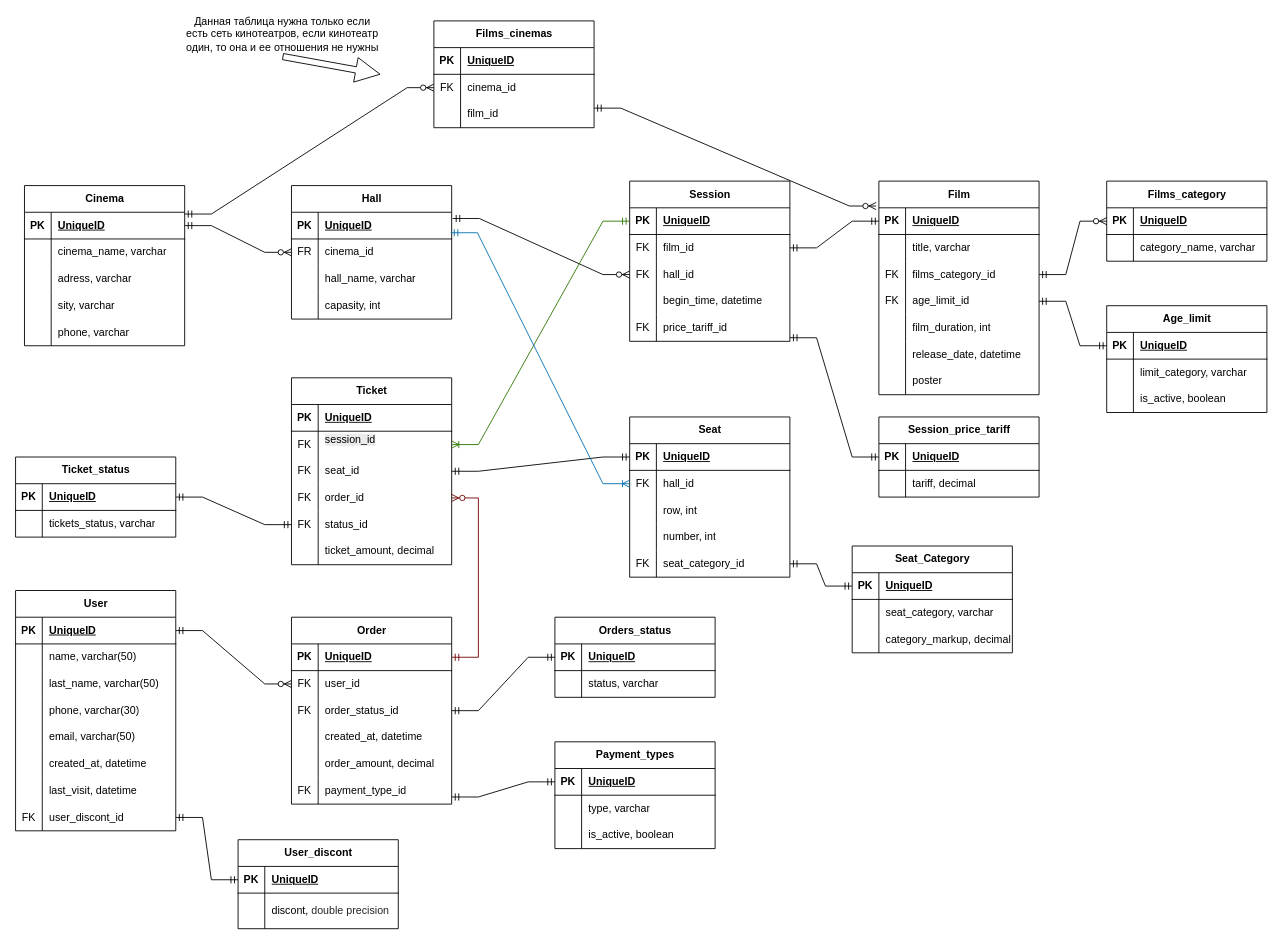
Above: cinema.drawio in larisa-mama/tests (draw.io), before the change. Source tidied: cells renumbered, new cells numbered last; positions are measured from the earlier drawing's top-left corner, leaving out a move shared by most shapes. Both pictures are drawn from the tidied source at 89%, with x=0, y=0 at pixel (15, 20).
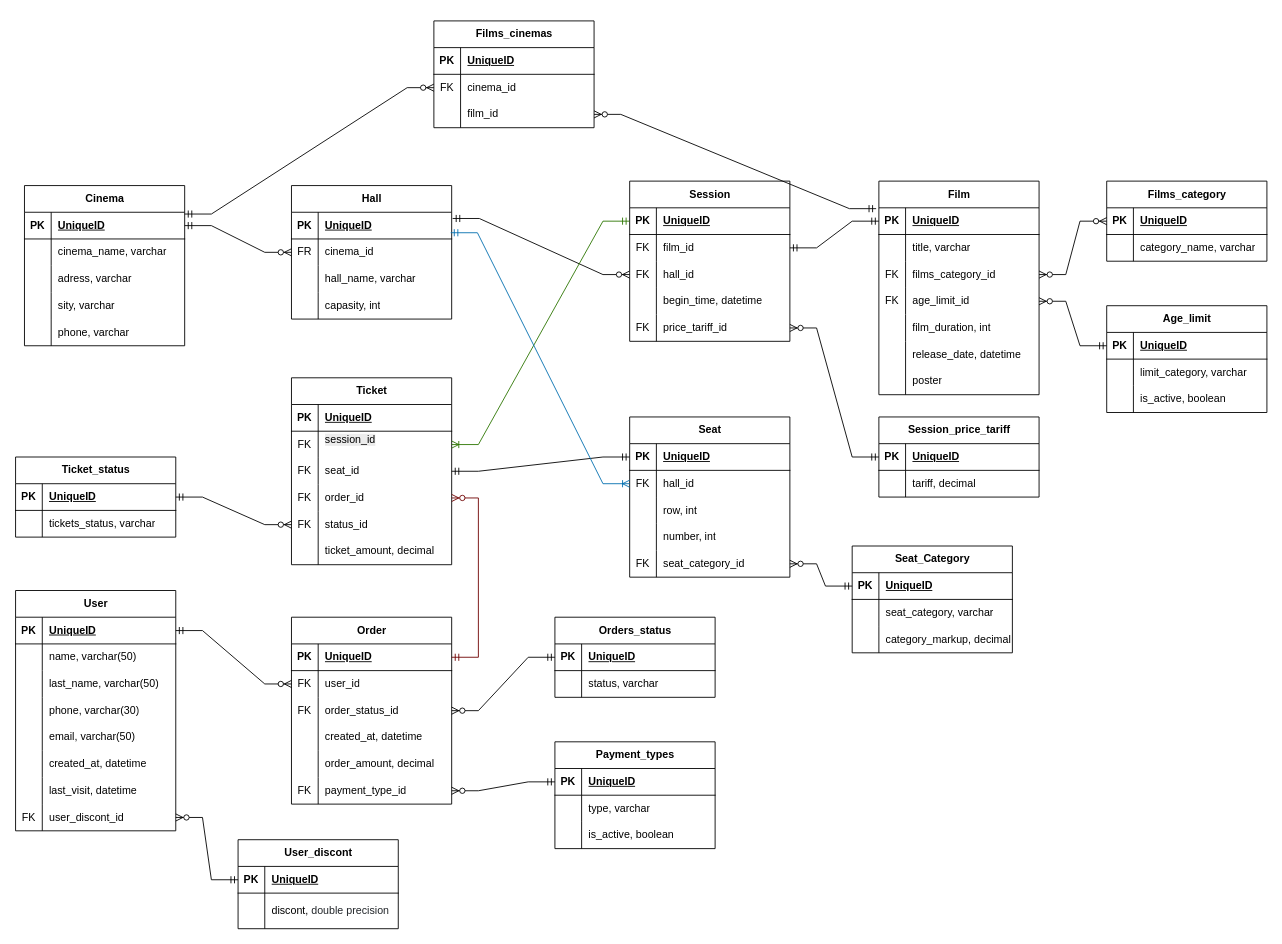
Above is the later version.

The change refers to these unchanged cells:
```xml
<mxCell id="24" style="shape=tableRow;horizontal=0;startSize=0;swimlaneHead=0;swimlaneBody=0;fillColor=none;points=[[0,0.5],[1,0.5]];portConstraint=eastwest;top=0;left=0;right=0;bottom=0;" parent="2" vertex="1">
  <mxGeometry y="240" width="180" height="30" as="geometry" />
</mxCell>
<mxCell id="27" value="Film" style="shape=table;startSize=30;childLayout=tableLayout;rowLines=0;fontStyle=1;align=center;html=1;" parent="1" vertex="1">
  <mxGeometry x="970" y="180" width="180" height="240" as="geometry" />
</mxCell>
<mxCell id="28" style="shape=tableRow;horizontal=0;startSize=0;swimlaneHead=0;swimlaneBody=0;fillColor=none;points=[[0,0.5],[1,0.5]];portConstraint=eastwest;top=0;left=0;right=0;bottom=1;" parent="27" vertex="1">
  <mxGeometry y="30" width="180" height="30" as="geometry" />
</mxCell>
<mxCell id="34" style="shape=tableRow;horizontal=0;startSize=0;swimlaneHead=0;swimlaneBody=0;fillColor=none;points=[[0,0.5],[1,0.5]];portConstraint=eastwest;top=0;left=0;right=0;bottom=0;" parent="27" vertex="1">
  <mxGeometry y="90" width="180" height="30" as="geometry" />
</mxCell>
<mxCell id="37" style="shape=tableRow;horizontal=0;startSize=0;swimlaneHead=0;swimlaneBody=0;fillColor=none;points=[[0,0.5],[1,0.5]];portConstraint=eastwest;top=0;left=0;right=0;bottom=0;" parent="27" vertex="1">
  <mxGeometry y="120" width="180" height="30" as="geometry" />
</mxCell>
<mxCell id="50" style="shape=tableRow;horizontal=0;startSize=0;swimlaneHead=0;swimlaneBody=0;fillColor=none;points=[[0,0.5],[1,0.5]];portConstraint=eastwest;top=0;left=0;right=0;bottom=1;" parent="49" vertex="1">
  <mxGeometry y="30" width="180" height="30" as="geometry" />
</mxCell>
<mxCell id="61" style="shape=tableRow;horizontal=0;startSize=0;swimlaneHead=0;swimlaneBody=0;fillColor=none;points=[[0,0.5],[1,0.5]];portConstraint=eastwest;top=0;left=0;right=0;bottom=1;" parent="60" vertex="1">
  <mxGeometry y="30" width="180" height="30" as="geometry" />
</mxCell>
<mxCell id="111" style="shape=tableRow;horizontal=0;startSize=0;swimlaneHead=0;swimlaneBody=0;fillColor=none;points=[[0,0.5],[1,0.5]];portConstraint=eastwest;top=0;left=0;right=0;bottom=0;" parent="98" vertex="1">
  <mxGeometry y="150" width="180" height="30" as="geometry" />
</mxCell>
<mxCell id="115" style="shape=tableRow;horizontal=0;startSize=0;swimlaneHead=0;swimlaneBody=0;fillColor=none;points=[[0,0.5],[1,0.5]];portConstraint=eastwest;top=0;left=0;right=0;bottom=1;" parent="114" vertex="1">
  <mxGeometry y="30" width="180" height="30" as="geometry" />
</mxCell>
<mxCell id="138" style="shape=tableRow;horizontal=0;startSize=0;swimlaneHead=0;swimlaneBody=0;fillColor=none;points=[[0,0.5],[1,0.5]];portConstraint=eastwest;top=0;left=0;right=0;bottom=0;" parent="125" vertex="1">
  <mxGeometry y="150" width="180" height="30" as="geometry" />
</mxCell>
<mxCell id="149" style="shape=tableRow;horizontal=0;startSize=0;swimlaneHead=0;swimlaneBody=0;fillColor=none;points=[[0,0.5],[1,0.5]];portConstraint=eastwest;top=0;left=0;right=0;bottom=0;" parent="142" vertex="1">
  <mxGeometry y="90" width="180" height="30" as="geometry" />
</mxCell>
<mxCell id="158" style="shape=tableRow;horizontal=0;startSize=0;swimlaneHead=0;swimlaneBody=0;fillColor=none;points=[[0,0.5],[1,0.5]];portConstraint=eastwest;top=0;left=0;right=0;bottom=0;" parent="142" vertex="1">
  <mxGeometry y="180" width="180" height="30" as="geometry" />
</mxCell>
<mxCell id="162" style="shape=tableRow;horizontal=0;startSize=0;swimlaneHead=0;swimlaneBody=0;fillColor=none;points=[[0,0.5],[1,0.5]];portConstraint=eastwest;top=0;left=0;right=0;bottom=1;" parent="161" vertex="1">
  <mxGeometry y="30" width="180" height="30" as="geometry" />
</mxCell>
<mxCell id="169" style="shape=tableRow;horizontal=0;startSize=0;swimlaneHead=0;swimlaneBody=0;fillColor=none;points=[[0,0.5],[1,0.5]];portConstraint=eastwest;top=0;left=0;right=0;bottom=1;" parent="168" vertex="1">
  <mxGeometry y="30" width="180" height="30" as="geometry" />
</mxCell>
<mxCell id="195" style="shape=tableRow;horizontal=0;startSize=0;swimlaneHead=0;swimlaneBody=0;fillColor=none;points=[[0,0.5],[1,0.5]];portConstraint=eastwest;top=0;left=0;right=0;bottom=0;" parent="182" vertex="1">
  <mxGeometry y="150" width="180" height="30" as="geometry" />
</mxCell>
<mxCell id="202" style="shape=tableRow;horizontal=0;startSize=0;swimlaneHead=0;swimlaneBody=0;fillColor=none;points=[[0,0.5],[1,0.5]];portConstraint=eastwest;top=0;left=0;right=0;bottom=1;" parent="201" vertex="1">
  <mxGeometry y="30" width="180" height="30" as="geometry" />
</mxCell>
<mxCell id="214" style="shape=tableRow;horizontal=0;startSize=0;swimlaneHead=0;swimlaneBody=0;fillColor=none;points=[[0,0.5],[1,0.5]];portConstraint=eastwest;top=0;left=0;right=0;bottom=1;" parent="213" vertex="1">
  <mxGeometry y="30" width="180" height="30" as="geometry" />
</mxCell>
<mxCell id="221" style="shape=tableRow;horizontal=0;startSize=0;swimlaneHead=0;swimlaneBody=0;fillColor=none;points=[[0,0.5],[1,0.5]];portConstraint=eastwest;top=0;left=0;right=0;bottom=1;" parent="220" vertex="1">
  <mxGeometry y="30" width="180" height="30" as="geometry" />
</mxCell>
<mxCell id="236" style="shape=tableRow;horizontal=0;startSize=0;swimlaneHead=0;swimlaneBody=0;fillColor=none;points=[[0,0.5],[1,0.5]];portConstraint=eastwest;top=0;left=0;right=0;bottom=0;" parent="229" vertex="1">
  <mxGeometry y="90" width="180" height="30" as="geometry" />
</mxCell>
```

What changed in the source:
```diff
@@
-    <mxCell id="59" style="edgeStyle=entityRelationEdgeStyle;fontSize=12;html=1;endArrow=ERmandOne;startArrow=ERmandOne;rounded=0;exitX=1;exitY=0.5;exitDx=0;exitDy=0;entryX=0;entryY=0.5;entryDx=0;entryDy=0;" parent="1" edge="1" source="37" target="50">
-      <mxGeometry relative="1" as="geometry" />
-    </mxCell>
@@
-    <mxCell id="67" style="edgeStyle=entityRelationEdgeStyle;fontSize=12;html=1;endArrow=ERzeroToMany;startArrow=ERmandOne;rounded=0;entryX=0;entryY=0.5;entryDx=0;entryDy=0;" parent="1" edge="1" source="34" target="61">
-      <mxGeometry relative="1" as="geometry" />
-    </mxCell>
@@
-    <mxCell id="124" style="edgeStyle=entityRelationEdgeStyle;fontSize=12;html=1;endArrow=ERmandOne;startArrow=ERmandOne;rounded=0;exitX=1;exitY=0.5;exitDx=0;exitDy=0;" parent="1" edge="1" source="111" target="115">
-      <mxGeometry relative="1" as="geometry" />
-    </mxCell>
@@
-    <mxCell id="178" style="edgeStyle=entityRelationEdgeStyle;fontSize=12;html=1;endArrow=ERmandOne;startArrow=ERmandOne;rounded=0;entryX=1;entryY=0.733;entryDx=0;entryDy=0;entryPerimeter=0;" parent="1" edge="1" source="169" target="158">
-      <mxGeometry relative="1" as="geometry" />
-    </mxCell>
@@
-    <mxCell id="181" style="edgeStyle=entityRelationEdgeStyle;fontSize=12;html=1;endArrow=ERmandOne;startArrow=ERmandOne;rounded=0;entryX=0;entryY=0.5;entryDx=0;entryDy=0;" parent="1" edge="1" source="149" target="162">
-      <mxGeometry relative="1" as="geometry" />
-    </mxCell>
@@
-    <mxCell id="208" style="edgeStyle=entityRelationEdgeStyle;fontSize=12;html=1;endArrow=ERmandOne;startArrow=ERmandOne;rounded=0;exitX=1;exitY=0.5;exitDx=0;exitDy=0;" parent="1" edge="1" source="202" target="195">
-      <mxGeometry relative="1" as="geometry" />
-    </mxCell>
@@
-    <mxCell id="227" style="edgeStyle=entityRelationEdgeStyle;fontSize=12;html=1;endArrow=ERmandOne;startArrow=ERmandOne;rounded=0;entryX=0;entryY=0.5;entryDx=0;entryDy=0;" parent="1" edge="1" source="24" target="221">
-      <mxGeometry relative="1" as="geometry" />
-    </mxCell>
-    <mxCell id="228" style="edgeStyle=entityRelationEdgeStyle;fontSize=12;html=1;endArrow=ERmandOne;startArrow=ERmandOne;rounded=0;exitX=1;exitY=0.867;exitDx=0;exitDy=0;exitPerimeter=0;entryX=0;entryY=0.5;entryDx=0;entryDy=0;" parent="1" edge="1" source="138" target="214">
-      <mxGeometry relative="1" as="geometry" />
-    </mxCell>
@@
-    <mxCell id="240" style="edgeStyle=entityRelationEdgeStyle;fontSize=12;html=1;endArrow=ERzeroToMany;startArrow=ERmandOne;rounded=0;entryX=-0.017;entryY=-0.067;entryDx=0;entryDy=0;entryPerimeter=0;" parent="1" edge="1" target="28">
-      <mxGeometry relative="1" as="geometry">
-        <mxPoint x="650" y="98" as="sourcePoint" />
-      </mxGeometry>
-    </mxCell>
-    <mxCell id="241" value="Данная таблица нужна только если есть сеть кинотеатров, если кинотеатр один, то она и ее отношения не нужны" style="text;html=1;whiteSpace=wrap;strokeColor=none;fillColor=none;align=center;verticalAlign=middle;rounded=0;" parent="1" vertex="1">
-      <mxGeometry x="190" width="220" height="30" as="geometry" />
-    </mxCell>
-    <mxCell id="242" style="shape=flexArrow;endArrow=classic;html=1;rounded=0;width=7;endSize=8.86;" parent="1" edge="1">
-      <mxGeometry relative="1" as="geometry">
-        <mxPoint x="300" y="40" as="sourcePoint" />
-        <mxPoint x="410" y="60" as="targetPoint" />
-      </mxGeometry>
-    </mxCell>
+    <mxCell id="243" style="edgeStyle=entityRelationEdgeStyle;fontSize=12;html=1;endArrow=ERzeroToMany;startArrow=ERmandOne;rounded=0;entryX=1;entryY=0.5;entryDx=0;entryDy=0;exitX=-0.017;exitY=0.129;exitDx=0;exitDy=0;exitPerimeter=0;" parent="1" edge="1" source="27" target="236">
+      <mxGeometry relative="1" as="geometry" />
+    </mxCell>
+    <mxCell id="244" style="edgeStyle=entityRelationEdgeStyle;fontSize=12;html=1;endArrow=ERzeroToMany;startArrow=ERmandOne;rounded=0;entryX=1;entryY=0.5;entryDx=0;entryDy=0;exitX=0;exitY=0.5;exitDx=0;exitDy=0;" parent="1" edge="1" source="115" target="111">
+      <mxGeometry relative="1" as="geometry" />
+    </mxCell>
+    <mxCell id="245" style="edgeStyle=entityRelationEdgeStyle;fontSize=12;html=1;endArrow=ERzeroToMany;startArrow=ERmandOne;rounded=0;entryX=1;entryY=0.5;entryDx=0;entryDy=0;exitX=0;exitY=0.5;exitDx=0;exitDy=0;" parent="1" edge="1" source="162" target="149">
+      <mxGeometry relative="1" as="geometry" />
+    </mxCell>
+    <mxCell id="178" style="edgeStyle=entityRelationEdgeStyle;fontSize=12;html=1;endArrow=ERzeroToMany;startArrow=ERmandOne;rounded=0;exitX=0;exitY=0.5;exitDx=0;exitDy=0;" parent="1" edge="1" source="169" target="158">
+      <mxGeometry relative="1" as="geometry" />
+    </mxCell>
+    <mxCell id="246" style="edgeStyle=entityRelationEdgeStyle;fontSize=12;html=1;endArrow=ERzeroToMany;startArrow=ERmandOne;rounded=0;exitX=0;exitY=0.5;exitDx=0;exitDy=0;entryX=1;entryY=0.5;entryDx=0;entryDy=0;" parent="1" edge="1" source="221" target="24">
+      <mxGeometry relative="1" as="geometry" />
+    </mxCell>
+    <mxCell id="208" style="edgeStyle=entityRelationEdgeStyle;fontSize=12;html=1;endArrow=ERzeroToMany;startArrow=ERmandOne;rounded=0;exitX=1;exitY=0.5;exitDx=0;exitDy=0;entryX=0;entryY=0.5;entryDx=0;entryDy=0;" parent="1" edge="1" source="202" target="195">
+      <mxGeometry relative="1" as="geometry" />
+    </mxCell>
+    <mxCell id="247" style="edgeStyle=entityRelationEdgeStyle;fontSize=12;html=1;endArrow=ERzeroToMany;startArrow=ERmandOne;rounded=0;entryX=1;entryY=0.5;entryDx=0;entryDy=0;exitX=0;exitY=0.5;exitDx=0;exitDy=0;" parent="1" edge="1" source="214" target="138">
+      <mxGeometry relative="1" as="geometry" />
+    </mxCell>
+    <mxCell id="248" style="edgeStyle=entityRelationEdgeStyle;fontSize=12;html=1;endArrow=ERzeroToMany;startArrow=ERmandOne;rounded=0;entryX=1;entryY=0.5;entryDx=0;entryDy=0;exitX=0;exitY=0.5;exitDx=0;exitDy=0;" parent="1" edge="1" source="50" target="37">
+      <mxGeometry relative="1" as="geometry" />
+    </mxCell>
+    <mxCell id="67" style="edgeStyle=entityRelationEdgeStyle;fontSize=12;html=1;endArrow=ERzeroToMany;endFill=1;startArrow=ERzeroToMany;rounded=0;entryX=0;entryY=0.5;entryDx=0;entryDy=0;" parent="1" edge="1" source="34" target="61">
+      <mxGeometry relative="1" as="geometry" />
+    </mxCell>
```
